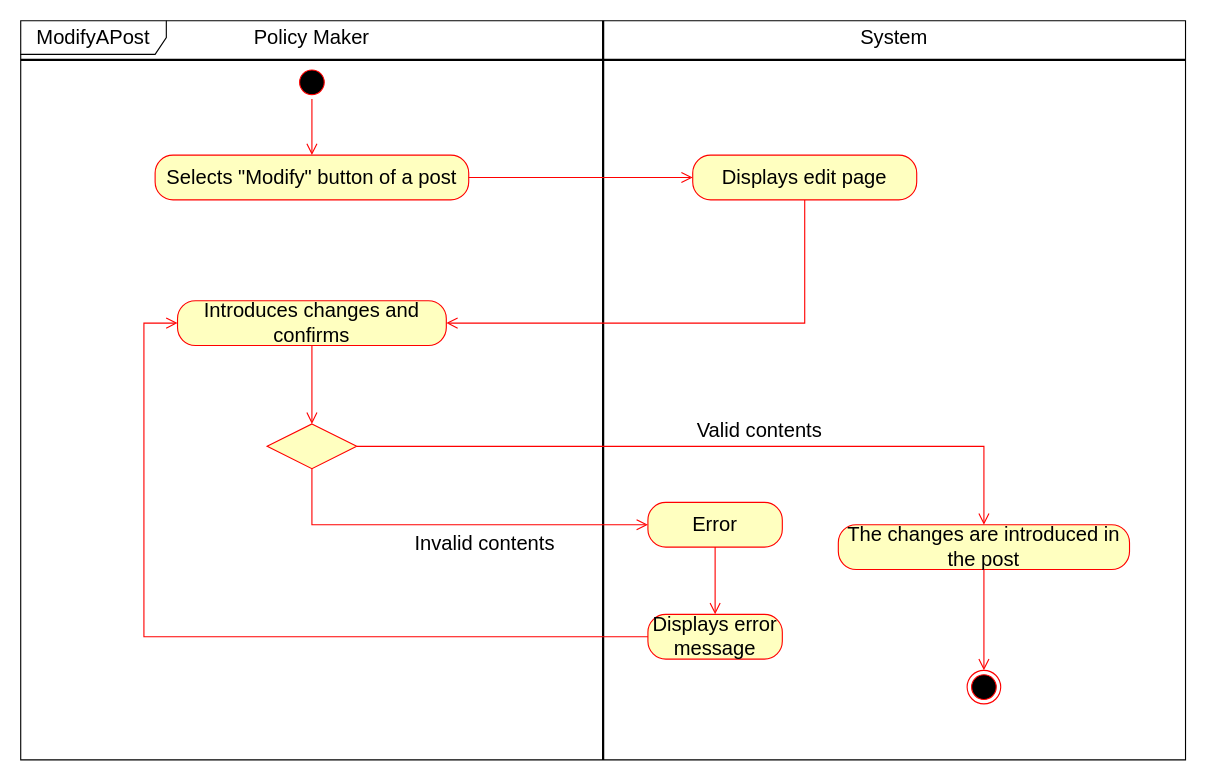
matteovisotto/SE2-CecchettoSirianiVisotto keeps this draw.io diagram as page "ModifyAPost" (6 of 9) of Use cases diagram/PolicyMaker.drawio. Above is the earlier version. Source tidied: cells renumbered, new cells numbered last; positions are measured from the earlier drawing's top-left corner, leaving out a move shared by most shapes. Both pictures are drawn from the tidied source at 112%, with x=0, y=0 at pixel (20, 20).
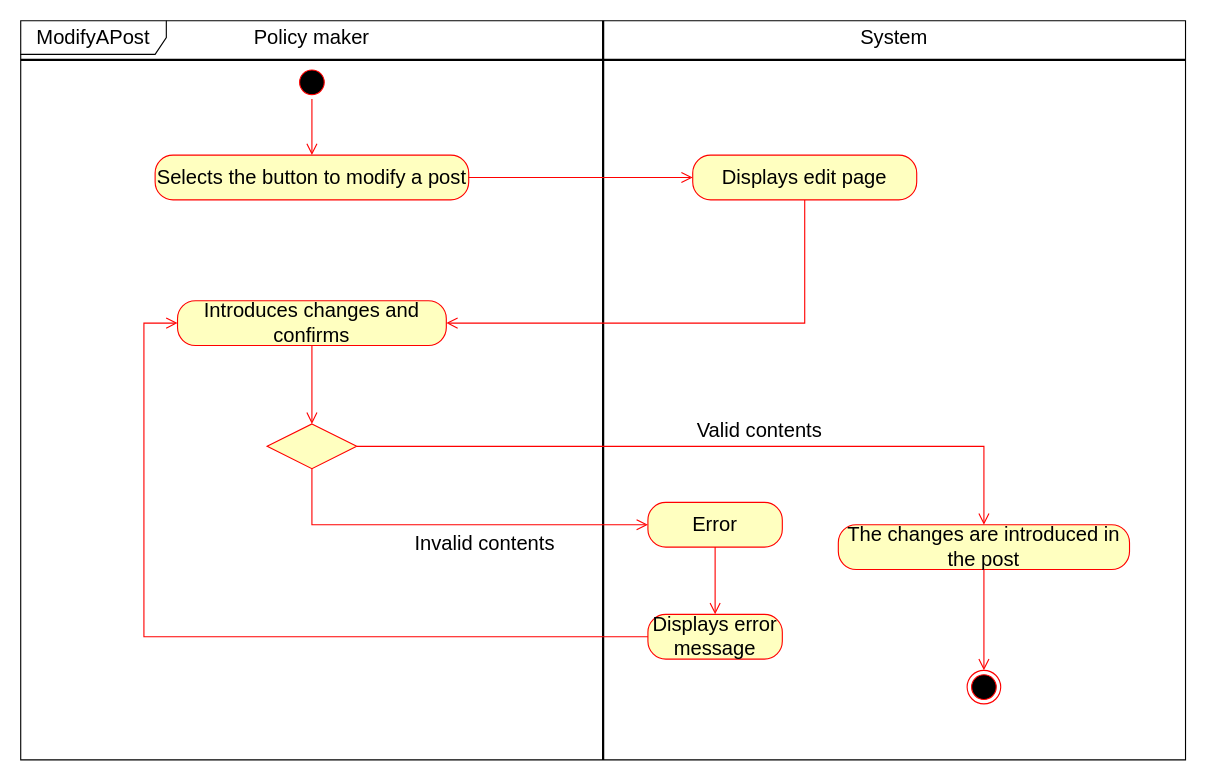
After the change.

What changed in the source:
```diff
@@
-    <mxCell id="10" value="&lt;font style=&quot;font-size: 18px&quot;&gt;Policy Maker&lt;/font&gt;" style="text;html=1;strokeColor=none;fillColor=none;align=center;verticalAlign=middle;whiteSpace=wrap;rounded=0;" parent="1" vertex="1">
+    <mxCell id="10" value="&lt;font style=&quot;font-size: 18px&quot;&gt;Policy maker&lt;/font&gt;" style="text;html=1;strokeColor=none;fillColor=none;align=center;verticalAlign=middle;whiteSpace=wrap;rounded=0;" parent="1" vertex="1">
       <mxGeometry x="205" width="110" height="30" as="geometry" />
     </mxCell>
@@
-    <mxCell id="12" value="&lt;font style=&quot;font-size: 18px&quot;&gt;Selects &quot;Modify&quot; button of a post&lt;/font&gt;" style="rounded=1;whiteSpace=wrap;html=1;arcSize=40;fontColor=#000000;fillColor=#ffffc0;strokeColor=#ff0000;" parent="1" vertex="1">
+    <mxCell id="12" value="&lt;font style=&quot;font-size: 18px&quot;&gt;Selects the button to modify a post&lt;/font&gt;" style="rounded=1;whiteSpace=wrap;html=1;arcSize=40;fontColor=#000000;fillColor=#ffffc0;strokeColor=#ff0000;" parent="1" vertex="1">
       <mxGeometry x="120" y="120" width="280" height="40" as="geometry" />
     </mxCell>
```
